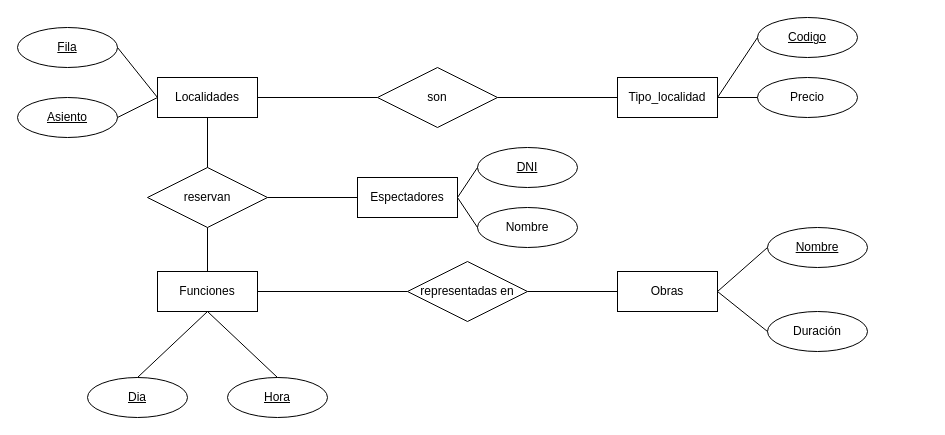
The draw.io diagram Recursos/Diagramas Draw.io/2. ER Mod 5.drawio in 13sauca13/PRG, before the edit. Source tidied: cells renumbered, new cells numbered last; positions are measured from the earlier drawing's top-left corner, leaving out a move shared by most shapes. Both pictures are drawn from the tidied source at 100%, with x=0, y=0 at pixel (17, 17).
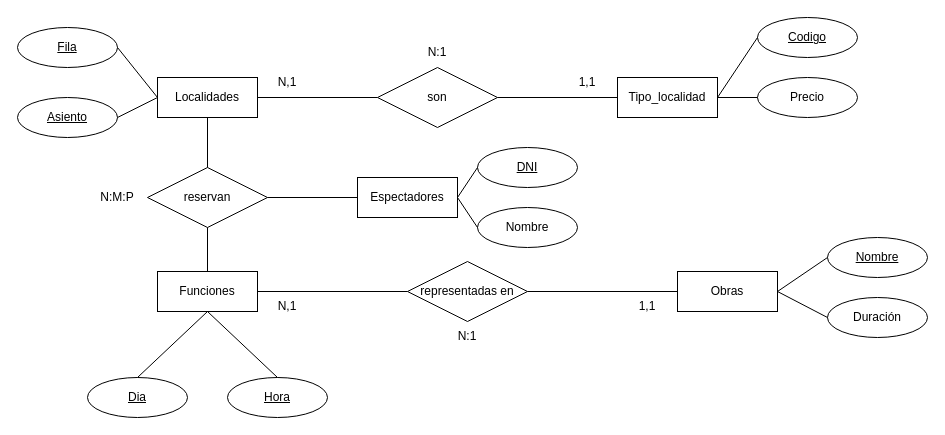
After the change.

Diff of the diagram source:
```diff
@@
     <mxCell id="16" value="Obras" style="whiteSpace=wrap;html=1;align=center;" parent="1" vertex="1">
-      <mxGeometry x="600" y="254" width="100" height="40" as="geometry" />
+      <mxGeometry x="660" y="254" width="100" height="40" as="geometry" />
     </mxCell>
     <mxCell id="17" value="Nombre" style="ellipse;whiteSpace=wrap;html=1;align=center;fontStyle=4;" parent="1" vertex="1">
-      <mxGeometry x="750" y="210" width="100" height="40" as="geometry" />
+      <mxGeometry x="810" y="220" width="100" height="40" as="geometry" />
     </mxCell>
     <mxCell id="18" value="Duración" style="ellipse;whiteSpace=wrap;html=1;align=center;" parent="1" vertex="1">
-      <mxGeometry x="750" y="294" width="100" height="40" as="geometry" />
+      <mxGeometry x="810" y="280" width="100" height="40" as="geometry" />
     </mxCell>
@@
+    <mxCell id="37" value="1,1" style="text;html=1;strokeColor=none;fillColor=none;align=center;verticalAlign=middle;whiteSpace=wrap;rounded=0;" parent="1" vertex="1">
+      <mxGeometry x="540" y="50" width="60" height="30" as="geometry" />
+    </mxCell>
+    <mxCell id="38" value="N,1" style="text;html=1;strokeColor=none;fillColor=none;align=center;verticalAlign=middle;whiteSpace=wrap;rounded=0;" parent="1" vertex="1">
+      <mxGeometry x="240" y="50" width="60" height="30" as="geometry" />
+    </mxCell>
+    <mxCell id="39" value="N:1" style="text;html=1;strokeColor=none;fillColor=none;align=center;verticalAlign=middle;whiteSpace=wrap;rounded=0;" parent="1" vertex="1">
+      <mxGeometry x="390" y="20" width="60" height="30" as="geometry" />
+    </mxCell>
+    <mxCell id="40" value="N:M:P" style="text;html=1;strokeColor=none;fillColor=none;align=center;verticalAlign=middle;whiteSpace=wrap;rounded=0;" parent="1" vertex="1">
+      <mxGeometry x="70" y="165" width="60" height="30" as="geometry" />
+    </mxCell>
+    <mxCell id="41" value="1,1" style="text;html=1;strokeColor=none;fillColor=none;align=center;verticalAlign=middle;whiteSpace=wrap;rounded=0;" parent="1" vertex="1">
+      <mxGeometry x="600" y="274" width="60" height="30" as="geometry" />
+    </mxCell>
+    <mxCell id="42" value="N,1" style="text;html=1;strokeColor=none;fillColor=none;align=center;verticalAlign=middle;whiteSpace=wrap;rounded=0;" parent="1" vertex="1">
+      <mxGeometry x="240" y="274" width="60" height="30" as="geometry" />
+    </mxCell>
+    <mxCell id="43" value="N:1" style="text;html=1;strokeColor=none;fillColor=none;align=center;verticalAlign=middle;whiteSpace=wrap;rounded=0;" parent="1" vertex="1">
+      <mxGeometry x="420" y="304" width="60" height="30" as="geometry" />
+    </mxCell>
```
